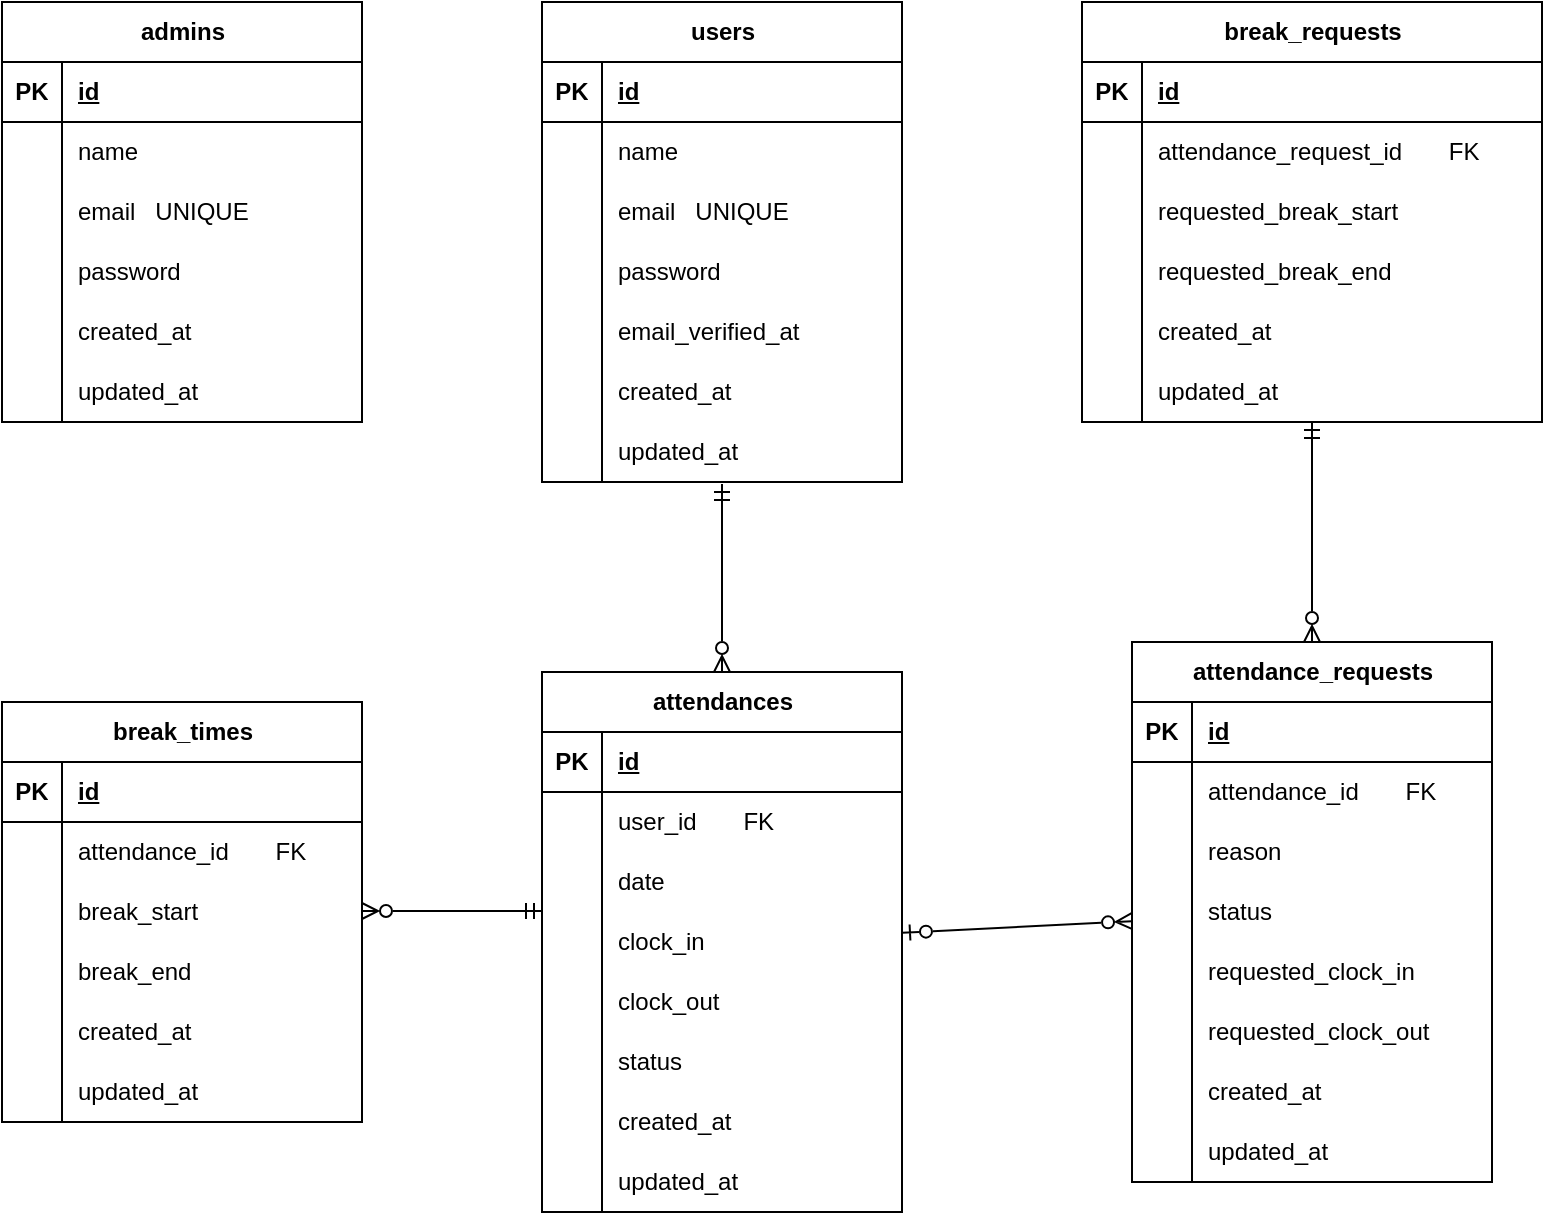
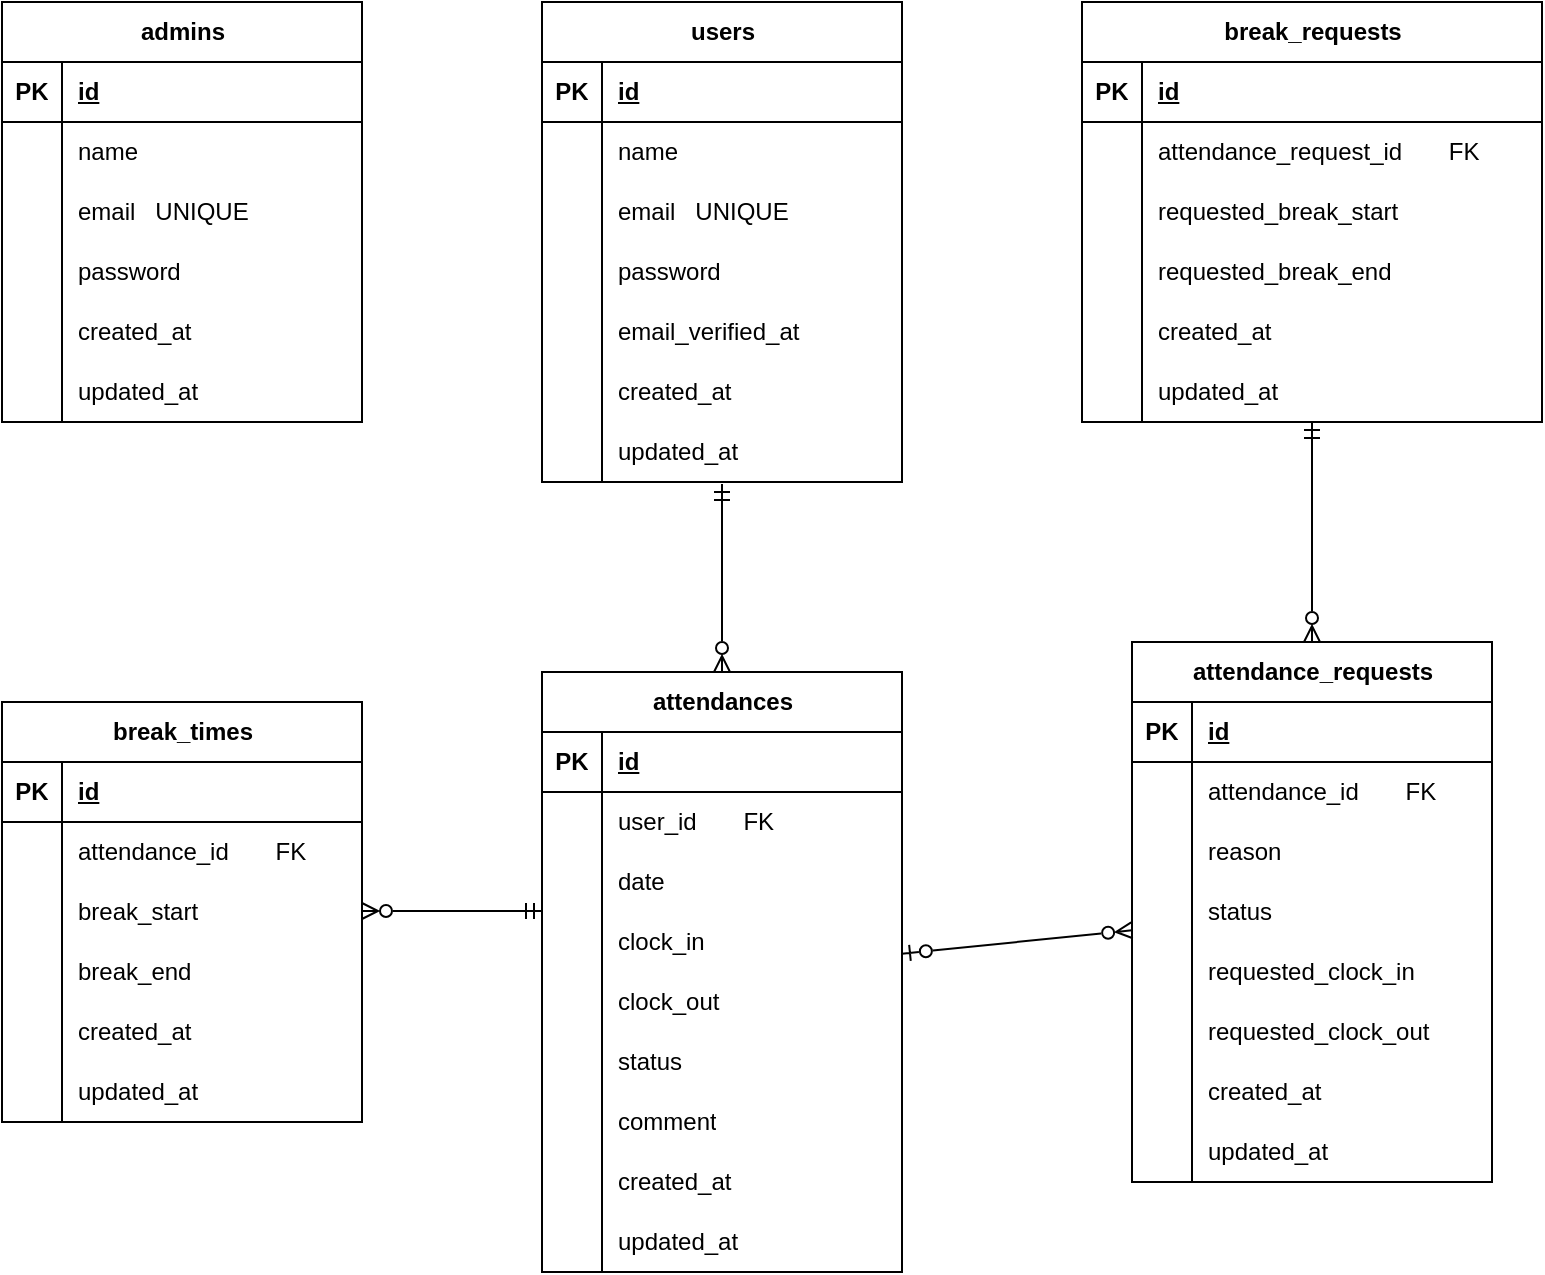
<mxfile host="65bd71144e">
    <diagram id="FCkMkoiWITbanCBnErXN" name="ページ1">
-         <mxGraphModel dx="490" dy="538" grid="1" gridSize="10" guides="1" tooltips="1" connect="1" arrows="1" fold="1" page="1" pageScale="1" pageWidth="827" pageHeight="1169" math="0" shadow="0">
+         <mxGraphModel dx="634" dy="539" grid="1" gridSize="10" guides="1" tooltips="1" connect="1" arrows="1" fold="1" page="1" pageScale="1" pageWidth="827" pageHeight="1169" math="0" shadow="0">
            <root>
                <mxCell id="0"/>
                <mxCell id="1" parent="0"/>
                <mxCell id="2" value="users" style="shape=table;startSize=30;container=1;collapsible=1;childLayout=tableLayout;fixedRows=1;rowLines=0;fontStyle=1;align=center;resizeLast=1;html=1;" parent="1" vertex="1">
                    <mxGeometry x="310" y="40" width="180" height="240" as="geometry"/>
                </mxCell>
                <mxCell id="3" value="" style="shape=tableRow;horizontal=0;startSize=0;swimlaneHead=0;swimlaneBody=0;fillColor=none;collapsible=0;dropTarget=0;points=[[0,0.5],[1,0.5]];portConstraint=eastwest;top=0;left=0;right=0;bottom=1;" parent="2" vertex="1">
                    <mxGeometry y="30" width="180" height="30" as="geometry"/>
                </mxCell>
                <mxCell id="4" value="PK" style="shape=partialRectangle;connectable=0;fillColor=none;top=0;left=0;bottom=0;right=0;fontStyle=1;overflow=hidden;whiteSpace=wrap;html=1;" parent="3" vertex="1">
                    <mxGeometry width="30" height="30" as="geometry">
                        <mxRectangle width="30" height="30" as="alternateBounds"/>
                    </mxGeometry>
                </mxCell>
                <mxCell id="5" value="id" style="shape=partialRectangle;connectable=0;fillColor=none;top=0;left=0;bottom=0;right=0;align=left;spacingLeft=6;fontStyle=5;overflow=hidden;whiteSpace=wrap;html=1;" parent="3" vertex="1">
                    <mxGeometry x="30" width="150" height="30" as="geometry">
                        <mxRectangle width="150" height="30" as="alternateBounds"/>
                    </mxGeometry>
                </mxCell>
                <mxCell id="6" value="" style="shape=tableRow;horizontal=0;startSize=0;swimlaneHead=0;swimlaneBody=0;fillColor=none;collapsible=0;dropTarget=0;points=[[0,0.5],[1,0.5]];portConstraint=eastwest;top=0;left=0;right=0;bottom=0;" parent="2" vertex="1">
                    <mxGeometry y="60" width="180" height="30" as="geometry"/>
                </mxCell>
                <mxCell id="7" value="" style="shape=partialRectangle;connectable=0;fillColor=none;top=0;left=0;bottom=0;right=0;editable=1;overflow=hidden;whiteSpace=wrap;html=1;" parent="6" vertex="1">
                    <mxGeometry width="30" height="30" as="geometry">
                        <mxRectangle width="30" height="30" as="alternateBounds"/>
                    </mxGeometry>
                </mxCell>
                <mxCell id="8" value="name" style="shape=partialRectangle;connectable=0;fillColor=none;top=0;left=0;bottom=0;right=0;align=left;spacingLeft=6;overflow=hidden;whiteSpace=wrap;html=1;" parent="6" vertex="1">
                    <mxGeometry x="30" width="150" height="30" as="geometry">
                        <mxRectangle width="150" height="30" as="alternateBounds"/>
                    </mxGeometry>
                </mxCell>
                <mxCell id="9" value="" style="shape=tableRow;horizontal=0;startSize=0;swimlaneHead=0;swimlaneBody=0;fillColor=none;collapsible=0;dropTarget=0;points=[[0,0.5],[1,0.5]];portConstraint=eastwest;top=0;left=0;right=0;bottom=0;" parent="2" vertex="1">
                    <mxGeometry y="90" width="180" height="30" as="geometry"/>
                </mxCell>
                <mxCell id="10" value="" style="shape=partialRectangle;connectable=0;fillColor=none;top=0;left=0;bottom=0;right=0;editable=1;overflow=hidden;whiteSpace=wrap;html=1;" parent="9" vertex="1">
                    <mxGeometry width="30" height="30" as="geometry">
                        <mxRectangle width="30" height="30" as="alternateBounds"/>
                    </mxGeometry>
                </mxCell>
                <mxCell id="11" value="email&amp;nbsp; &amp;nbsp;UNIQUE" style="shape=partialRectangle;connectable=0;fillColor=none;top=0;left=0;bottom=0;right=0;align=left;spacingLeft=6;overflow=hidden;whiteSpace=wrap;html=1;" parent="9" vertex="1">
                    <mxGeometry x="30" width="150" height="30" as="geometry">
                        <mxRectangle width="150" height="30" as="alternateBounds"/>
                    </mxGeometry>
                </mxCell>
                <mxCell id="12" value="" style="shape=tableRow;horizontal=0;startSize=0;swimlaneHead=0;swimlaneBody=0;fillColor=none;collapsible=0;dropTarget=0;points=[[0,0.5],[1,0.5]];portConstraint=eastwest;top=0;left=0;right=0;bottom=0;" parent="2" vertex="1">
                    <mxGeometry y="120" width="180" height="30" as="geometry"/>
                </mxCell>
                <mxCell id="13" value="" style="shape=partialRectangle;connectable=0;fillColor=none;top=0;left=0;bottom=0;right=0;editable=1;overflow=hidden;whiteSpace=wrap;html=1;" parent="12" vertex="1">
                    <mxGeometry width="30" height="30" as="geometry">
                        <mxRectangle width="30" height="30" as="alternateBounds"/>
                    </mxGeometry>
                </mxCell>
                <mxCell id="14" value="password" style="shape=partialRectangle;connectable=0;fillColor=none;top=0;left=0;bottom=0;right=0;align=left;spacingLeft=6;overflow=hidden;whiteSpace=wrap;html=1;" parent="12" vertex="1">
                    <mxGeometry x="30" width="150" height="30" as="geometry">
                        <mxRectangle width="150" height="30" as="alternateBounds"/>
                    </mxGeometry>
                </mxCell>
                <mxCell id="15" value="" style="shape=tableRow;horizontal=0;startSize=0;swimlaneHead=0;swimlaneBody=0;fillColor=none;collapsible=0;dropTarget=0;points=[[0,0.5],[1,0.5]];portConstraint=eastwest;top=0;left=0;right=0;bottom=0;" parent="2" vertex="1">
                    <mxGeometry y="150" width="180" height="30" as="geometry"/>
                </mxCell>
                <mxCell id="16" value="" style="shape=partialRectangle;connectable=0;fillColor=none;top=0;left=0;bottom=0;right=0;editable=1;overflow=hidden;whiteSpace=wrap;html=1;" parent="15" vertex="1">
                    <mxGeometry width="30" height="30" as="geometry">
                        <mxRectangle width="30" height="30" as="alternateBounds"/>
                    </mxGeometry>
                </mxCell>
                <mxCell id="17" value="email_verified_at" style="shape=partialRectangle;connectable=0;fillColor=none;top=0;left=0;bottom=0;right=0;align=left;spacingLeft=6;overflow=hidden;whiteSpace=wrap;html=1;" parent="15" vertex="1">
                    <mxGeometry x="30" width="150" height="30" as="geometry">
                        <mxRectangle width="150" height="30" as="alternateBounds"/>
                    </mxGeometry>
                </mxCell>
                <mxCell id="18" value="" style="shape=tableRow;horizontal=0;startSize=0;swimlaneHead=0;swimlaneBody=0;fillColor=none;collapsible=0;dropTarget=0;points=[[0,0.5],[1,0.5]];portConstraint=eastwest;top=0;left=0;right=0;bottom=0;" parent="2" vertex="1">
                    <mxGeometry y="180" width="180" height="30" as="geometry"/>
                </mxCell>
                <mxCell id="19" value="" style="shape=partialRectangle;connectable=0;fillColor=none;top=0;left=0;bottom=0;right=0;editable=1;overflow=hidden;whiteSpace=wrap;html=1;" parent="18" vertex="1">
                    <mxGeometry width="30" height="30" as="geometry">
                        <mxRectangle width="30" height="30" as="alternateBounds"/>
                    </mxGeometry>
                </mxCell>
                <mxCell id="20" value="created_at" style="shape=partialRectangle;connectable=0;fillColor=none;top=0;left=0;bottom=0;right=0;align=left;spacingLeft=6;overflow=hidden;whiteSpace=wrap;html=1;" parent="18" vertex="1">
                    <mxGeometry x="30" width="150" height="30" as="geometry">
                        <mxRectangle width="150" height="30" as="alternateBounds"/>
                    </mxGeometry>
                </mxCell>
                <mxCell id="21" value="" style="shape=tableRow;horizontal=0;startSize=0;swimlaneHead=0;swimlaneBody=0;fillColor=none;collapsible=0;dropTarget=0;points=[[0,0.5],[1,0.5]];portConstraint=eastwest;top=0;left=0;right=0;bottom=0;" parent="2" vertex="1">
                    <mxGeometry y="210" width="180" height="30" as="geometry"/>
                </mxCell>
                <mxCell id="22" value="" style="shape=partialRectangle;connectable=0;fillColor=none;top=0;left=0;bottom=0;right=0;editable=1;overflow=hidden;whiteSpace=wrap;html=1;" parent="21" vertex="1">
                    <mxGeometry width="30" height="30" as="geometry">
                        <mxRectangle width="30" height="30" as="alternateBounds"/>
                    </mxGeometry>
                </mxCell>
                <mxCell id="23" value="updated_at" style="shape=partialRectangle;connectable=0;fillColor=none;top=0;left=0;bottom=0;right=0;align=left;spacingLeft=6;overflow=hidden;whiteSpace=wrap;html=1;" parent="21" vertex="1">
                    <mxGeometry x="30" width="150" height="30" as="geometry">
                        <mxRectangle width="150" height="30" as="alternateBounds"/>
                    </mxGeometry>
                </mxCell>
                <mxCell id="24" value="admins" style="shape=table;startSize=30;container=1;collapsible=1;childLayout=tableLayout;fixedRows=1;rowLines=0;fontStyle=1;align=center;resizeLast=1;html=1;" parent="1" vertex="1">
                    <mxGeometry x="40" y="40" width="180" height="210" as="geometry"/>
                </mxCell>
                <mxCell id="25" value="" style="shape=tableRow;horizontal=0;startSize=0;swimlaneHead=0;swimlaneBody=0;fillColor=none;collapsible=0;dropTarget=0;points=[[0,0.5],[1,0.5]];portConstraint=eastwest;top=0;left=0;right=0;bottom=1;" parent="24" vertex="1">
                    <mxGeometry y="30" width="180" height="30" as="geometry"/>
                </mxCell>
                <mxCell id="26" value="PK" style="shape=partialRectangle;connectable=0;fillColor=none;top=0;left=0;bottom=0;right=0;fontStyle=1;overflow=hidden;whiteSpace=wrap;html=1;" parent="25" vertex="1">
                    <mxGeometry width="30" height="30" as="geometry">
                        <mxRectangle width="30" height="30" as="alternateBounds"/>
                    </mxGeometry>
                </mxCell>
                <mxCell id="27" value="id" style="shape=partialRectangle;connectable=0;fillColor=none;top=0;left=0;bottom=0;right=0;align=left;spacingLeft=6;fontStyle=5;overflow=hidden;whiteSpace=wrap;html=1;" parent="25" vertex="1">
                    <mxGeometry x="30" width="150" height="30" as="geometry">
                        <mxRectangle width="150" height="30" as="alternateBounds"/>
                    </mxGeometry>
                </mxCell>
                <mxCell id="28" value="" style="shape=tableRow;horizontal=0;startSize=0;swimlaneHead=0;swimlaneBody=0;fillColor=none;collapsible=0;dropTarget=0;points=[[0,0.5],[1,0.5]];portConstraint=eastwest;top=0;left=0;right=0;bottom=0;" parent="24" vertex="1">
                    <mxGeometry y="60" width="180" height="30" as="geometry"/>
                </mxCell>
                <mxCell id="29" value="" style="shape=partialRectangle;connectable=0;fillColor=none;top=0;left=0;bottom=0;right=0;editable=1;overflow=hidden;whiteSpace=wrap;html=1;" parent="28" vertex="1">
                    <mxGeometry width="30" height="30" as="geometry">
                        <mxRectangle width="30" height="30" as="alternateBounds"/>
                    </mxGeometry>
                </mxCell>
                <mxCell id="30" value="name" style="shape=partialRectangle;connectable=0;fillColor=none;top=0;left=0;bottom=0;right=0;align=left;spacingLeft=6;overflow=hidden;whiteSpace=wrap;html=1;" parent="28" vertex="1">
                    <mxGeometry x="30" width="150" height="30" as="geometry">
                        <mxRectangle width="150" height="30" as="alternateBounds"/>
                    </mxGeometry>
                </mxCell>
                <mxCell id="31" value="" style="shape=tableRow;horizontal=0;startSize=0;swimlaneHead=0;swimlaneBody=0;fillColor=none;collapsible=0;dropTarget=0;points=[[0,0.5],[1,0.5]];portConstraint=eastwest;top=0;left=0;right=0;bottom=0;" parent="24" vertex="1">
                    <mxGeometry y="90" width="180" height="30" as="geometry"/>
                </mxCell>
                <mxCell id="32" value="" style="shape=partialRectangle;connectable=0;fillColor=none;top=0;left=0;bottom=0;right=0;editable=1;overflow=hidden;whiteSpace=wrap;html=1;" parent="31" vertex="1">
                    <mxGeometry width="30" height="30" as="geometry">
                        <mxRectangle width="30" height="30" as="alternateBounds"/>
                    </mxGeometry>
                </mxCell>
                <mxCell id="33" value="email&amp;nbsp; &amp;nbsp;UNIQUE" style="shape=partialRectangle;connectable=0;fillColor=none;top=0;left=0;bottom=0;right=0;align=left;spacingLeft=6;overflow=hidden;whiteSpace=wrap;html=1;" parent="31" vertex="1">
                    <mxGeometry x="30" width="150" height="30" as="geometry">
                        <mxRectangle width="150" height="30" as="alternateBounds"/>
                    </mxGeometry>
                </mxCell>
                <mxCell id="34" value="" style="shape=tableRow;horizontal=0;startSize=0;swimlaneHead=0;swimlaneBody=0;fillColor=none;collapsible=0;dropTarget=0;points=[[0,0.5],[1,0.5]];portConstraint=eastwest;top=0;left=0;right=0;bottom=0;" parent="24" vertex="1">
                    <mxGeometry y="120" width="180" height="30" as="geometry"/>
                </mxCell>
                <mxCell id="35" value="" style="shape=partialRectangle;connectable=0;fillColor=none;top=0;left=0;bottom=0;right=0;editable=1;overflow=hidden;whiteSpace=wrap;html=1;" parent="34" vertex="1">
                    <mxGeometry width="30" height="30" as="geometry">
                        <mxRectangle width="30" height="30" as="alternateBounds"/>
                    </mxGeometry>
                </mxCell>
                <mxCell id="36" value="password" style="shape=partialRectangle;connectable=0;fillColor=none;top=0;left=0;bottom=0;right=0;align=left;spacingLeft=6;overflow=hidden;whiteSpace=wrap;html=1;" parent="34" vertex="1">
                    <mxGeometry x="30" width="150" height="30" as="geometry">
                        <mxRectangle width="150" height="30" as="alternateBounds"/>
                    </mxGeometry>
                </mxCell>
                <mxCell id="40" value="" style="shape=tableRow;horizontal=0;startSize=0;swimlaneHead=0;swimlaneBody=0;fillColor=none;collapsible=0;dropTarget=0;points=[[0,0.5],[1,0.5]];portConstraint=eastwest;top=0;left=0;right=0;bottom=0;" parent="24" vertex="1">
                    <mxGeometry y="150" width="180" height="30" as="geometry"/>
                </mxCell>
                <mxCell id="41" value="" style="shape=partialRectangle;connectable=0;fillColor=none;top=0;left=0;bottom=0;right=0;editable=1;overflow=hidden;whiteSpace=wrap;html=1;" parent="40" vertex="1">
                    <mxGeometry width="30" height="30" as="geometry">
                        <mxRectangle width="30" height="30" as="alternateBounds"/>
                    </mxGeometry>
                </mxCell>
                <mxCell id="42" value="created_at" style="shape=partialRectangle;connectable=0;fillColor=none;top=0;left=0;bottom=0;right=0;align=left;spacingLeft=6;overflow=hidden;whiteSpace=wrap;html=1;" parent="40" vertex="1">
                    <mxGeometry x="30" width="150" height="30" as="geometry">
                        <mxRectangle width="150" height="30" as="alternateBounds"/>
                    </mxGeometry>
                </mxCell>
                <mxCell id="43" value="" style="shape=tableRow;horizontal=0;startSize=0;swimlaneHead=0;swimlaneBody=0;fillColor=none;collapsible=0;dropTarget=0;points=[[0,0.5],[1,0.5]];portConstraint=eastwest;top=0;left=0;right=0;bottom=0;" parent="24" vertex="1">
                    <mxGeometry y="180" width="180" height="30" as="geometry"/>
                </mxCell>
                <mxCell id="44" value="" style="shape=partialRectangle;connectable=0;fillColor=none;top=0;left=0;bottom=0;right=0;editable=1;overflow=hidden;whiteSpace=wrap;html=1;" parent="43" vertex="1">
                    <mxGeometry width="30" height="30" as="geometry">
                        <mxRectangle width="30" height="30" as="alternateBounds"/>
                    </mxGeometry>
                </mxCell>
                <mxCell id="45" value="updated_at" style="shape=partialRectangle;connectable=0;fillColor=none;top=0;left=0;bottom=0;right=0;align=left;spacingLeft=6;overflow=hidden;whiteSpace=wrap;html=1;" parent="43" vertex="1">
                    <mxGeometry x="30" width="150" height="30" as="geometry">
                        <mxRectangle width="150" height="30" as="alternateBounds"/>
                    </mxGeometry>
                </mxCell>
                <mxCell id="48" value="attendances" style="shape=table;startSize=30;container=1;collapsible=1;childLayout=tableLayout;fixedRows=1;rowLines=0;fontStyle=1;align=center;resizeLast=1;html=1;" parent="1" vertex="1">
-                     <mxGeometry x="310" y="375" width="180" height="270" as="geometry"/>
+                     <mxGeometry x="310" y="375" width="180" height="300" as="geometry"/>
                </mxCell>
                <mxCell id="49" value="" style="shape=tableRow;horizontal=0;startSize=0;swimlaneHead=0;swimlaneBody=0;fillColor=none;collapsible=0;dropTarget=0;points=[[0,0.5],[1,0.5]];portConstraint=eastwest;top=0;left=0;right=0;bottom=1;" parent="48" vertex="1">
                    <mxGeometry y="30" width="180" height="30" as="geometry"/>
                </mxCell>
                <mxCell id="50" value="PK" style="shape=partialRectangle;connectable=0;fillColor=none;top=0;left=0;bottom=0;right=0;fontStyle=1;overflow=hidden;whiteSpace=wrap;html=1;" parent="49" vertex="1">
                    <mxGeometry width="30" height="30" as="geometry">
                        <mxRectangle width="30" height="30" as="alternateBounds"/>
                    </mxGeometry>
                </mxCell>
                <mxCell id="51" value="id" style="shape=partialRectangle;connectable=0;fillColor=none;top=0;left=0;bottom=0;right=0;align=left;spacingLeft=6;fontStyle=5;overflow=hidden;whiteSpace=wrap;html=1;" parent="49" vertex="1">
                    <mxGeometry x="30" width="150" height="30" as="geometry">
                        <mxRectangle width="150" height="30" as="alternateBounds"/>
                    </mxGeometry>
                </mxCell>
                <mxCell id="52" value="" style="shape=tableRow;horizontal=0;startSize=0;swimlaneHead=0;swimlaneBody=0;fillColor=none;collapsible=0;dropTarget=0;points=[[0,0.5],[1,0.5]];portConstraint=eastwest;top=0;left=0;right=0;bottom=0;" parent="48" vertex="1">
                    <mxGeometry y="60" width="180" height="30" as="geometry"/>
                </mxCell>
                <mxCell id="53" value="" style="shape=partialRectangle;connectable=0;fillColor=none;top=0;left=0;bottom=0;right=0;editable=1;overflow=hidden;whiteSpace=wrap;html=1;" parent="52" vertex="1">
                    <mxGeometry width="30" height="30" as="geometry">
                        <mxRectangle width="30" height="30" as="alternateBounds"/>
                    </mxGeometry>
                </mxCell>
                <mxCell id="54" value="user_id&amp;nbsp; &amp;nbsp; &amp;nbsp; &amp;nbsp;FK&amp;nbsp; &amp;nbsp;&amp;nbsp;" style="shape=partialRectangle;connectable=0;fillColor=none;top=0;left=0;bottom=0;right=0;align=left;spacingLeft=6;overflow=hidden;whiteSpace=wrap;html=1;" parent="52" vertex="1">
                    <mxGeometry x="30" width="150" height="30" as="geometry">
                        <mxRectangle width="150" height="30" as="alternateBounds"/>
                    </mxGeometry>
                </mxCell>
                <mxCell id="55" value="" style="shape=tableRow;horizontal=0;startSize=0;swimlaneHead=0;swimlaneBody=0;fillColor=none;collapsible=0;dropTarget=0;points=[[0,0.5],[1,0.5]];portConstraint=eastwest;top=0;left=0;right=0;bottom=0;" parent="48" vertex="1">
                    <mxGeometry y="90" width="180" height="30" as="geometry"/>
                </mxCell>
                <mxCell id="56" value="" style="shape=partialRectangle;connectable=0;fillColor=none;top=0;left=0;bottom=0;right=0;editable=1;overflow=hidden;whiteSpace=wrap;html=1;" parent="55" vertex="1">
                    <mxGeometry width="30" height="30" as="geometry">
                        <mxRectangle width="30" height="30" as="alternateBounds"/>
                    </mxGeometry>
                </mxCell>
                <mxCell id="57" value="date" style="shape=partialRectangle;connectable=0;fillColor=none;top=0;left=0;bottom=0;right=0;align=left;spacingLeft=6;overflow=hidden;whiteSpace=wrap;html=1;" parent="55" vertex="1">
                    <mxGeometry x="30" width="150" height="30" as="geometry">
                        <mxRectangle width="150" height="30" as="alternateBounds"/>
                    </mxGeometry>
                </mxCell>
                <mxCell id="58" value="" style="shape=tableRow;horizontal=0;startSize=0;swimlaneHead=0;swimlaneBody=0;fillColor=none;collapsible=0;dropTarget=0;points=[[0,0.5],[1,0.5]];portConstraint=eastwest;top=0;left=0;right=0;bottom=0;" parent="48" vertex="1">
                    <mxGeometry y="120" width="180" height="30" as="geometry"/>
                </mxCell>
                <mxCell id="59" value="" style="shape=partialRectangle;connectable=0;fillColor=none;top=0;left=0;bottom=0;right=0;editable=1;overflow=hidden;whiteSpace=wrap;html=1;" parent="58" vertex="1">
                    <mxGeometry width="30" height="30" as="geometry">
                        <mxRectangle width="30" height="30" as="alternateBounds"/>
                    </mxGeometry>
                </mxCell>
                <mxCell id="60" value="clock_in" style="shape=partialRectangle;connectable=0;fillColor=none;top=0;left=0;bottom=0;right=0;align=left;spacingLeft=6;overflow=hidden;whiteSpace=wrap;html=1;" parent="58" vertex="1">
                    <mxGeometry x="30" width="150" height="30" as="geometry">
                        <mxRectangle width="150" height="30" as="alternateBounds"/>
                    </mxGeometry>
                </mxCell>
                <mxCell id="61" value="" style="shape=tableRow;horizontal=0;startSize=0;swimlaneHead=0;swimlaneBody=0;fillColor=none;collapsible=0;dropTarget=0;points=[[0,0.5],[1,0.5]];portConstraint=eastwest;top=0;left=0;right=0;bottom=0;" parent="48" vertex="1">
                    <mxGeometry y="150" width="180" height="30" as="geometry"/>
                </mxCell>
                <mxCell id="62" value="" style="shape=partialRectangle;connectable=0;fillColor=none;top=0;left=0;bottom=0;right=0;editable=1;overflow=hidden;whiteSpace=wrap;html=1;" parent="61" vertex="1">
                    <mxGeometry width="30" height="30" as="geometry">
                        <mxRectangle width="30" height="30" as="alternateBounds"/>
                    </mxGeometry>
                </mxCell>
                <mxCell id="63" value="clock_out" style="shape=partialRectangle;connectable=0;fillColor=none;top=0;left=0;bottom=0;right=0;align=left;spacingLeft=6;overflow=hidden;whiteSpace=wrap;html=1;" parent="61" vertex="1">
                    <mxGeometry x="30" width="150" height="30" as="geometry">
                        <mxRectangle width="150" height="30" as="alternateBounds"/>
                    </mxGeometry>
                </mxCell>
                <mxCell id="160" style="shape=tableRow;horizontal=0;startSize=0;swimlaneHead=0;swimlaneBody=0;fillColor=none;collapsible=0;dropTarget=0;points=[[0,0.5],[1,0.5]];portConstraint=eastwest;top=0;left=0;right=0;bottom=0;" parent="48" vertex="1">
                    <mxGeometry y="180" width="180" height="30" as="geometry"/>
                </mxCell>
                <mxCell id="161" style="shape=partialRectangle;connectable=0;fillColor=none;top=0;left=0;bottom=0;right=0;editable=1;overflow=hidden;whiteSpace=wrap;html=1;" parent="160" vertex="1">
                    <mxGeometry width="30" height="30" as="geometry">
                        <mxRectangle width="30" height="30" as="alternateBounds"/>
                    </mxGeometry>
                </mxCell>
                <mxCell id="162" value="status" style="shape=partialRectangle;connectable=0;fillColor=none;top=0;left=0;bottom=0;right=0;align=left;spacingLeft=6;overflow=hidden;whiteSpace=wrap;html=1;" parent="160" vertex="1">
                    <mxGeometry x="30" width="150" height="30" as="geometry">
                        <mxRectangle width="150" height="30" as="alternateBounds"/>
                    </mxGeometry>
                </mxCell>
+                 <mxCell id="188" style="shape=tableRow;horizontal=0;startSize=0;swimlaneHead=0;swimlaneBody=0;fillColor=none;collapsible=0;dropTarget=0;points=[[0,0.5],[1,0.5]];portConstraint=eastwest;top=0;left=0;right=0;bottom=0;" vertex="1" parent="48">
+                     <mxGeometry y="210" width="180" height="30" as="geometry"/>
+                 </mxCell>
+                 <mxCell id="189" style="shape=partialRectangle;connectable=0;fillColor=none;top=0;left=0;bottom=0;right=0;editable=1;overflow=hidden;whiteSpace=wrap;html=1;" vertex="1" parent="188">
+                     <mxGeometry width="30" height="30" as="geometry">
+                         <mxRectangle width="30" height="30" as="alternateBounds"/>
+                     </mxGeometry>
+                 </mxCell>
+                 <mxCell id="190" value="comment" style="shape=partialRectangle;connectable=0;fillColor=none;top=0;left=0;bottom=0;right=0;align=left;spacingLeft=6;overflow=hidden;whiteSpace=wrap;html=1;" vertex="1" parent="188">
+                     <mxGeometry x="30" width="150" height="30" as="geometry">
+                         <mxRectangle width="150" height="30" as="alternateBounds"/>
+                     </mxGeometry>
+                 </mxCell>
                <mxCell id="64" value="" style="shape=tableRow;horizontal=0;startSize=0;swimlaneHead=0;swimlaneBody=0;fillColor=none;collapsible=0;dropTarget=0;points=[[0,0.5],[1,0.5]];portConstraint=eastwest;top=0;left=0;right=0;bottom=0;" parent="48" vertex="1">
-                     <mxGeometry y="210" width="180" height="30" as="geometry"/>
+                     <mxGeometry y="240" width="180" height="30" as="geometry"/>
                </mxCell>
                <mxCell id="65" value="" style="shape=partialRectangle;connectable=0;fillColor=none;top=0;left=0;bottom=0;right=0;editable=1;overflow=hidden;whiteSpace=wrap;html=1;" parent="64" vertex="1">
                    <mxGeometry width="30" height="30" as="geometry">
                        <mxRectangle width="30" height="30" as="alternateBounds"/>
                    </mxGeometry>
                </mxCell>
                <mxCell id="66" value="created_at" style="shape=partialRectangle;connectable=0;fillColor=none;top=0;left=0;bottom=0;right=0;align=left;spacingLeft=6;overflow=hidden;whiteSpace=wrap;html=1;" parent="64" vertex="1">
                    <mxGeometry x="30" width="150" height="30" as="geometry">
                        <mxRectangle width="150" height="30" as="alternateBounds"/>
                    </mxGeometry>
                </mxCell>
                <mxCell id="67" value="" style="shape=tableRow;horizontal=0;startSize=0;swimlaneHead=0;swimlaneBody=0;fillColor=none;collapsible=0;dropTarget=0;points=[[0,0.5],[1,0.5]];portConstraint=eastwest;top=0;left=0;right=0;bottom=0;" parent="48" vertex="1">
-                     <mxGeometry y="240" width="180" height="30" as="geometry"/>
+                     <mxGeometry y="270" width="180" height="30" as="geometry"/>
                </mxCell>
                <mxCell id="68" value="" style="shape=partialRectangle;connectable=0;fillColor=none;top=0;left=0;bottom=0;right=0;editable=1;overflow=hidden;whiteSpace=wrap;html=1;" parent="67" vertex="1">
                    <mxGeometry width="30" height="30" as="geometry">
                        <mxRectangle width="30" height="30" as="alternateBounds"/>
                    </mxGeometry>
                </mxCell>
                <mxCell id="69" value="updated_at" style="shape=partialRectangle;connectable=0;fillColor=none;top=0;left=0;bottom=0;right=0;align=left;spacingLeft=6;overflow=hidden;whiteSpace=wrap;html=1;" parent="67" vertex="1">
                    <mxGeometry x="30" width="150" height="30" as="geometry">
                        <mxRectangle width="150" height="30" as="alternateBounds"/>
                    </mxGeometry>
                </mxCell>
                <mxCell id="70" value="break_times" style="shape=table;startSize=30;container=1;collapsible=1;childLayout=tableLayout;fixedRows=1;rowLines=0;fontStyle=1;align=center;resizeLast=1;html=1;" parent="1" vertex="1">
                    <mxGeometry x="40" y="390" width="180" height="210" as="geometry"/>
                </mxCell>
                <mxCell id="71" value="" style="shape=tableRow;horizontal=0;startSize=0;swimlaneHead=0;swimlaneBody=0;fillColor=none;collapsible=0;dropTarget=0;points=[[0,0.5],[1,0.5]];portConstraint=eastwest;top=0;left=0;right=0;bottom=1;" parent="70" vertex="1">
                    <mxGeometry y="30" width="180" height="30" as="geometry"/>
                </mxCell>
                <mxCell id="72" value="PK" style="shape=partialRectangle;connectable=0;fillColor=none;top=0;left=0;bottom=0;right=0;fontStyle=1;overflow=hidden;whiteSpace=wrap;html=1;" parent="71" vertex="1">
                    <mxGeometry width="30" height="30" as="geometry">
                        <mxRectangle width="30" height="30" as="alternateBounds"/>
                    </mxGeometry>
                </mxCell>
                <mxCell id="73" value="id" style="shape=partialRectangle;connectable=0;fillColor=none;top=0;left=0;bottom=0;right=0;align=left;spacingLeft=6;fontStyle=5;overflow=hidden;whiteSpace=wrap;html=1;" parent="71" vertex="1">
                    <mxGeometry x="30" width="150" height="30" as="geometry">
                        <mxRectangle width="150" height="30" as="alternateBounds"/>
                    </mxGeometry>
                </mxCell>
                <mxCell id="74" value="" style="shape=tableRow;horizontal=0;startSize=0;swimlaneHead=0;swimlaneBody=0;fillColor=none;collapsible=0;dropTarget=0;points=[[0,0.5],[1,0.5]];portConstraint=eastwest;top=0;left=0;right=0;bottom=0;" parent="70" vertex="1">
                    <mxGeometry y="60" width="180" height="30" as="geometry"/>
                </mxCell>
                <mxCell id="75" value="" style="shape=partialRectangle;connectable=0;fillColor=none;top=0;left=0;bottom=0;right=0;editable=1;overflow=hidden;whiteSpace=wrap;html=1;" parent="74" vertex="1">
                    <mxGeometry width="30" height="30" as="geometry">
                        <mxRectangle width="30" height="30" as="alternateBounds"/>
                    </mxGeometry>
                </mxCell>
                <mxCell id="76" value="attendance_id&amp;nbsp; &amp;nbsp; &amp;nbsp; &amp;nbsp;FK&amp;nbsp; &amp;nbsp;&amp;nbsp;" style="shape=partialRectangle;connectable=0;fillColor=none;top=0;left=0;bottom=0;right=0;align=left;spacingLeft=6;overflow=hidden;whiteSpace=wrap;html=1;" parent="74" vertex="1">
                    <mxGeometry x="30" width="150" height="30" as="geometry">
                        <mxRectangle width="150" height="30" as="alternateBounds"/>
                    </mxGeometry>
                </mxCell>
                <mxCell id="77" value="" style="shape=tableRow;horizontal=0;startSize=0;swimlaneHead=0;swimlaneBody=0;fillColor=none;collapsible=0;dropTarget=0;points=[[0,0.5],[1,0.5]];portConstraint=eastwest;top=0;left=0;right=0;bottom=0;" parent="70" vertex="1">
                    <mxGeometry y="90" width="180" height="30" as="geometry"/>
                </mxCell>
                <mxCell id="78" value="" style="shape=partialRectangle;connectable=0;fillColor=none;top=0;left=0;bottom=0;right=0;editable=1;overflow=hidden;whiteSpace=wrap;html=1;" parent="77" vertex="1">
                    <mxGeometry width="30" height="30" as="geometry">
                        <mxRectangle width="30" height="30" as="alternateBounds"/>
                    </mxGeometry>
                </mxCell>
                <mxCell id="79" value="break_start" style="shape=partialRectangle;connectable=0;fillColor=none;top=0;left=0;bottom=0;right=0;align=left;spacingLeft=6;overflow=hidden;whiteSpace=wrap;html=1;" parent="77" vertex="1">
                    <mxGeometry x="30" width="150" height="30" as="geometry">
                        <mxRectangle width="150" height="30" as="alternateBounds"/>
                    </mxGeometry>
                </mxCell>
                <mxCell id="80" value="" style="shape=tableRow;horizontal=0;startSize=0;swimlaneHead=0;swimlaneBody=0;fillColor=none;collapsible=0;dropTarget=0;points=[[0,0.5],[1,0.5]];portConstraint=eastwest;top=0;left=0;right=0;bottom=0;" parent="70" vertex="1">
                    <mxGeometry y="120" width="180" height="30" as="geometry"/>
                </mxCell>
                <mxCell id="81" value="" style="shape=partialRectangle;connectable=0;fillColor=none;top=0;left=0;bottom=0;right=0;editable=1;overflow=hidden;whiteSpace=wrap;html=1;" parent="80" vertex="1">
                    <mxGeometry width="30" height="30" as="geometry">
                        <mxRectangle width="30" height="30" as="alternateBounds"/>
                    </mxGeometry>
                </mxCell>
                <mxCell id="82" value="break_end" style="shape=partialRectangle;connectable=0;fillColor=none;top=0;left=0;bottom=0;right=0;align=left;spacingLeft=6;overflow=hidden;whiteSpace=wrap;html=1;" parent="80" vertex="1">
                    <mxGeometry x="30" width="150" height="30" as="geometry">
                        <mxRectangle width="150" height="30" as="alternateBounds"/>
                    </mxGeometry>
                </mxCell>
                <mxCell id="86" value="" style="shape=tableRow;horizontal=0;startSize=0;swimlaneHead=0;swimlaneBody=0;fillColor=none;collapsible=0;dropTarget=0;points=[[0,0.5],[1,0.5]];portConstraint=eastwest;top=0;left=0;right=0;bottom=0;" parent="70" vertex="1">
                    <mxGeometry y="150" width="180" height="30" as="geometry"/>
                </mxCell>
                <mxCell id="87" value="" style="shape=partialRectangle;connectable=0;fillColor=none;top=0;left=0;bottom=0;right=0;editable=1;overflow=hidden;whiteSpace=wrap;html=1;" parent="86" vertex="1">
                    <mxGeometry width="30" height="30" as="geometry">
                        <mxRectangle width="30" height="30" as="alternateBounds"/>
                    </mxGeometry>
                </mxCell>
                <mxCell id="88" value="created_at" style="shape=partialRectangle;connectable=0;fillColor=none;top=0;left=0;bottom=0;right=0;align=left;spacingLeft=6;overflow=hidden;whiteSpace=wrap;html=1;" parent="86" vertex="1">
                    <mxGeometry x="30" width="150" height="30" as="geometry">
                        <mxRectangle width="150" height="30" as="alternateBounds"/>
                    </mxGeometry>
                </mxCell>
                <mxCell id="89" value="" style="shape=tableRow;horizontal=0;startSize=0;swimlaneHead=0;swimlaneBody=0;fillColor=none;collapsible=0;dropTarget=0;points=[[0,0.5],[1,0.5]];portConstraint=eastwest;top=0;left=0;right=0;bottom=0;" parent="70" vertex="1">
                    <mxGeometry y="180" width="180" height="30" as="geometry"/>
                </mxCell>
                <mxCell id="90" value="" style="shape=partialRectangle;connectable=0;fillColor=none;top=0;left=0;bottom=0;right=0;editable=1;overflow=hidden;whiteSpace=wrap;html=1;" parent="89" vertex="1">
                    <mxGeometry width="30" height="30" as="geometry">
                        <mxRectangle width="30" height="30" as="alternateBounds"/>
                    </mxGeometry>
                </mxCell>
                <mxCell id="91" value="updated_at" style="shape=partialRectangle;connectable=0;fillColor=none;top=0;left=0;bottom=0;right=0;align=left;spacingLeft=6;overflow=hidden;whiteSpace=wrap;html=1;" parent="89" vertex="1">
                    <mxGeometry x="30" width="150" height="30" as="geometry">
                        <mxRectangle width="150" height="30" as="alternateBounds"/>
                    </mxGeometry>
                </mxCell>
                <mxCell id="92" value="attendance_requests" style="shape=table;startSize=30;container=1;collapsible=1;childLayout=tableLayout;fixedRows=1;rowLines=0;fontStyle=1;align=center;resizeLast=1;html=1;" parent="1" vertex="1">
                    <mxGeometry x="605" y="360" width="180" height="270" as="geometry"/>
                </mxCell>
                <mxCell id="93" value="" style="shape=tableRow;horizontal=0;startSize=0;swimlaneHead=0;swimlaneBody=0;fillColor=none;collapsible=0;dropTarget=0;points=[[0,0.5],[1,0.5]];portConstraint=eastwest;top=0;left=0;right=0;bottom=1;" parent="92" vertex="1">
                    <mxGeometry y="30" width="180" height="30" as="geometry"/>
                </mxCell>
                <mxCell id="94" value="PK" style="shape=partialRectangle;connectable=0;fillColor=none;top=0;left=0;bottom=0;right=0;fontStyle=1;overflow=hidden;whiteSpace=wrap;html=1;" parent="93" vertex="1">
                    <mxGeometry width="30" height="30" as="geometry">
                        <mxRectangle width="30" height="30" as="alternateBounds"/>
                    </mxGeometry>
                </mxCell>
                <mxCell id="95" value="id" style="shape=partialRectangle;connectable=0;fillColor=none;top=0;left=0;bottom=0;right=0;align=left;spacingLeft=6;fontStyle=5;overflow=hidden;whiteSpace=wrap;html=1;" parent="93" vertex="1">
                    <mxGeometry x="30" width="150" height="30" as="geometry">
                        <mxRectangle width="150" height="30" as="alternateBounds"/>
                    </mxGeometry>
                </mxCell>
                <mxCell id="96" value="" style="shape=tableRow;horizontal=0;startSize=0;swimlaneHead=0;swimlaneBody=0;fillColor=none;collapsible=0;dropTarget=0;points=[[0,0.5],[1,0.5]];portConstraint=eastwest;top=0;left=0;right=0;bottom=0;" parent="92" vertex="1">
                    <mxGeometry y="60" width="180" height="30" as="geometry"/>
                </mxCell>
                <mxCell id="97" value="" style="shape=partialRectangle;connectable=0;fillColor=none;top=0;left=0;bottom=0;right=0;editable=1;overflow=hidden;whiteSpace=wrap;html=1;" parent="96" vertex="1">
                    <mxGeometry width="30" height="30" as="geometry">
                        <mxRectangle width="30" height="30" as="alternateBounds"/>
                    </mxGeometry>
                </mxCell>
                <mxCell id="98" value="attendance_id&amp;nbsp; &amp;nbsp; &amp;nbsp; &amp;nbsp;FK&amp;nbsp; &amp;nbsp;&amp;nbsp;" style="shape=partialRectangle;connectable=0;fillColor=none;top=0;left=0;bottom=0;right=0;align=left;spacingLeft=6;overflow=hidden;whiteSpace=wrap;html=1;" parent="96" vertex="1">
                    <mxGeometry x="30" width="150" height="30" as="geometry">
                        <mxRectangle width="150" height="30" as="alternateBounds"/>
                    </mxGeometry>
                </mxCell>
                <mxCell id="99" value="" style="shape=tableRow;horizontal=0;startSize=0;swimlaneHead=0;swimlaneBody=0;fillColor=none;collapsible=0;dropTarget=0;points=[[0,0.5],[1,0.5]];portConstraint=eastwest;top=0;left=0;right=0;bottom=0;" parent="92" vertex="1">
                    <mxGeometry y="90" width="180" height="30" as="geometry"/>
                </mxCell>
                <mxCell id="100" value="" style="shape=partialRectangle;connectable=0;fillColor=none;top=0;left=0;bottom=0;right=0;editable=1;overflow=hidden;whiteSpace=wrap;html=1;" parent="99" vertex="1">
                    <mxGeometry width="30" height="30" as="geometry">
                        <mxRectangle width="30" height="30" as="alternateBounds"/>
                    </mxGeometry>
                </mxCell>
                <mxCell id="101" value="reason" style="shape=partialRectangle;connectable=0;fillColor=none;top=0;left=0;bottom=0;right=0;align=left;spacingLeft=6;overflow=hidden;whiteSpace=wrap;html=1;" parent="99" vertex="1">
                    <mxGeometry x="30" width="150" height="30" as="geometry">
                        <mxRectangle width="150" height="30" as="alternateBounds"/>
                    </mxGeometry>
                </mxCell>
                <mxCell id="114" value="" style="shape=tableRow;horizontal=0;startSize=0;swimlaneHead=0;swimlaneBody=0;fillColor=none;collapsible=0;dropTarget=0;points=[[0,0.5],[1,0.5]];portConstraint=eastwest;top=0;left=0;right=0;bottom=0;" parent="92" vertex="1">
                    <mxGeometry y="120" width="180" height="30" as="geometry"/>
                </mxCell>
                <mxCell id="115" value="" style="shape=partialRectangle;connectable=0;fillColor=none;top=0;left=0;bottom=0;right=0;editable=1;overflow=hidden;whiteSpace=wrap;html=1;" parent="114" vertex="1">
                    <mxGeometry width="30" height="30" as="geometry">
                        <mxRectangle width="30" height="30" as="alternateBounds"/>
                    </mxGeometry>
                </mxCell>
                <mxCell id="116" value="status" style="shape=partialRectangle;connectable=0;fillColor=none;top=0;left=0;bottom=0;right=0;align=left;spacingLeft=6;overflow=hidden;whiteSpace=wrap;html=1;" parent="114" vertex="1">
                    <mxGeometry x="30" width="150" height="30" as="geometry">
                        <mxRectangle width="150" height="30" as="alternateBounds"/>
                    </mxGeometry>
                </mxCell>
                <mxCell id="102" value="" style="shape=tableRow;horizontal=0;startSize=0;swimlaneHead=0;swimlaneBody=0;fillColor=none;collapsible=0;dropTarget=0;points=[[0,0.5],[1,0.5]];portConstraint=eastwest;top=0;left=0;right=0;bottom=0;" parent="92" vertex="1">
                    <mxGeometry y="150" width="180" height="30" as="geometry"/>
                </mxCell>
                <mxCell id="103" value="" style="shape=partialRectangle;connectable=0;fillColor=none;top=0;left=0;bottom=0;right=0;editable=1;overflow=hidden;whiteSpace=wrap;html=1;" parent="102" vertex="1">
                    <mxGeometry width="30" height="30" as="geometry">
                        <mxRectangle width="30" height="30" as="alternateBounds"/>
                    </mxGeometry>
                </mxCell>
                <mxCell id="104" value="requested_clock_in" style="shape=partialRectangle;connectable=0;fillColor=none;top=0;left=0;bottom=0;right=0;align=left;spacingLeft=6;overflow=hidden;whiteSpace=wrap;html=1;" parent="102" vertex="1">
                    <mxGeometry x="30" width="150" height="30" as="geometry">
                        <mxRectangle width="150" height="30" as="alternateBounds"/>
                    </mxGeometry>
                </mxCell>
                <mxCell id="105" value="" style="shape=tableRow;horizontal=0;startSize=0;swimlaneHead=0;swimlaneBody=0;fillColor=none;collapsible=0;dropTarget=0;points=[[0,0.5],[1,0.5]];portConstraint=eastwest;top=0;left=0;right=0;bottom=0;" parent="92" vertex="1">
                    <mxGeometry y="180" width="180" height="30" as="geometry"/>
                </mxCell>
                <mxCell id="106" value="" style="shape=partialRectangle;connectable=0;fillColor=none;top=0;left=0;bottom=0;right=0;editable=1;overflow=hidden;whiteSpace=wrap;html=1;" parent="105" vertex="1">
                    <mxGeometry width="30" height="30" as="geometry">
                        <mxRectangle width="30" height="30" as="alternateBounds"/>
                    </mxGeometry>
                </mxCell>
                <mxCell id="107" value="requested_clock_out" style="shape=partialRectangle;connectable=0;fillColor=none;top=0;left=0;bottom=0;right=0;align=left;spacingLeft=6;overflow=hidden;whiteSpace=wrap;html=1;" parent="105" vertex="1">
                    <mxGeometry x="30" width="150" height="30" as="geometry">
                        <mxRectangle width="150" height="30" as="alternateBounds"/>
                    </mxGeometry>
                </mxCell>
                <mxCell id="108" value="" style="shape=tableRow;horizontal=0;startSize=0;swimlaneHead=0;swimlaneBody=0;fillColor=none;collapsible=0;dropTarget=0;points=[[0,0.5],[1,0.5]];portConstraint=eastwest;top=0;left=0;right=0;bottom=0;" parent="92" vertex="1">
                    <mxGeometry y="210" width="180" height="30" as="geometry"/>
                </mxCell>
                <mxCell id="109" value="" style="shape=partialRectangle;connectable=0;fillColor=none;top=0;left=0;bottom=0;right=0;editable=1;overflow=hidden;whiteSpace=wrap;html=1;" parent="108" vertex="1">
                    <mxGeometry width="30" height="30" as="geometry">
                        <mxRectangle width="30" height="30" as="alternateBounds"/>
                    </mxGeometry>
                </mxCell>
                <mxCell id="110" value="created_at" style="shape=partialRectangle;connectable=0;fillColor=none;top=0;left=0;bottom=0;right=0;align=left;spacingLeft=6;overflow=hidden;whiteSpace=wrap;html=1;" parent="108" vertex="1">
                    <mxGeometry x="30" width="150" height="30" as="geometry">
                        <mxRectangle width="150" height="30" as="alternateBounds"/>
                    </mxGeometry>
                </mxCell>
                <mxCell id="111" value="" style="shape=tableRow;horizontal=0;startSize=0;swimlaneHead=0;swimlaneBody=0;fillColor=none;collapsible=0;dropTarget=0;points=[[0,0.5],[1,0.5]];portConstraint=eastwest;top=0;left=0;right=0;bottom=0;" parent="92" vertex="1">
                    <mxGeometry y="240" width="180" height="30" as="geometry"/>
                </mxCell>
                <mxCell id="112" value="" style="shape=partialRectangle;connectable=0;fillColor=none;top=0;left=0;bottom=0;right=0;editable=1;overflow=hidden;whiteSpace=wrap;html=1;" parent="111" vertex="1">
                    <mxGeometry width="30" height="30" as="geometry">
                        <mxRectangle width="30" height="30" as="alternateBounds"/>
                    </mxGeometry>
                </mxCell>
                <mxCell id="113" value="updated_at" style="shape=partialRectangle;connectable=0;fillColor=none;top=0;left=0;bottom=0;right=0;align=left;spacingLeft=6;overflow=hidden;whiteSpace=wrap;html=1;" parent="111" vertex="1">
                    <mxGeometry x="30" width="150" height="30" as="geometry">
                        <mxRectangle width="150" height="30" as="alternateBounds"/>
                    </mxGeometry>
                </mxCell>
                <mxCell id="117" value="break_requests" style="shape=table;startSize=30;container=1;collapsible=1;childLayout=tableLayout;fixedRows=1;rowLines=0;fontStyle=1;align=center;resizeLast=1;html=1;" parent="1" vertex="1">
                    <mxGeometry x="580" y="40" width="230" height="210" as="geometry"/>
                </mxCell>
                <mxCell id="118" value="" style="shape=tableRow;horizontal=0;startSize=0;swimlaneHead=0;swimlaneBody=0;fillColor=none;collapsible=0;dropTarget=0;points=[[0,0.5],[1,0.5]];portConstraint=eastwest;top=0;left=0;right=0;bottom=1;" parent="117" vertex="1">
                    <mxGeometry y="30" width="230" height="30" as="geometry"/>
                </mxCell>
                <mxCell id="119" value="PK" style="shape=partialRectangle;connectable=0;fillColor=none;top=0;left=0;bottom=0;right=0;fontStyle=1;overflow=hidden;whiteSpace=wrap;html=1;" parent="118" vertex="1">
                    <mxGeometry width="30" height="30" as="geometry">
                        <mxRectangle width="30" height="30" as="alternateBounds"/>
                    </mxGeometry>
                </mxCell>
                <mxCell id="120" value="id" style="shape=partialRectangle;connectable=0;fillColor=none;top=0;left=0;bottom=0;right=0;align=left;spacingLeft=6;fontStyle=5;overflow=hidden;whiteSpace=wrap;html=1;" parent="118" vertex="1">
                    <mxGeometry x="30" width="200" height="30" as="geometry">
                        <mxRectangle width="200" height="30" as="alternateBounds"/>
                    </mxGeometry>
                </mxCell>
                <mxCell id="121" value="" style="shape=tableRow;horizontal=0;startSize=0;swimlaneHead=0;swimlaneBody=0;fillColor=none;collapsible=0;dropTarget=0;points=[[0,0.5],[1,0.5]];portConstraint=eastwest;top=0;left=0;right=0;bottom=0;" parent="117" vertex="1">
                    <mxGeometry y="60" width="230" height="30" as="geometry"/>
                </mxCell>
                <mxCell id="122" value="" style="shape=partialRectangle;connectable=0;fillColor=none;top=0;left=0;bottom=0;right=0;editable=1;overflow=hidden;whiteSpace=wrap;html=1;" parent="121" vertex="1">
                    <mxGeometry width="30" height="30" as="geometry">
                        <mxRectangle width="30" height="30" as="alternateBounds"/>
                    </mxGeometry>
                </mxCell>
                <mxCell id="123" value="attendance_request_id&amp;nbsp; &amp;nbsp; &amp;nbsp; &amp;nbsp;FK&amp;nbsp; &amp;nbsp;&amp;nbsp;" style="shape=partialRectangle;connectable=0;fillColor=none;top=0;left=0;bottom=0;right=0;align=left;spacingLeft=6;overflow=hidden;whiteSpace=wrap;html=1;" parent="121" vertex="1">
                    <mxGeometry x="30" width="200" height="30" as="geometry">
                        <mxRectangle width="200" height="30" as="alternateBounds"/>
                    </mxGeometry>
                </mxCell>
                <mxCell id="130" value="" style="shape=tableRow;horizontal=0;startSize=0;swimlaneHead=0;swimlaneBody=0;fillColor=none;collapsible=0;dropTarget=0;points=[[0,0.5],[1,0.5]];portConstraint=eastwest;top=0;left=0;right=0;bottom=0;" parent="117" vertex="1">
                    <mxGeometry y="90" width="230" height="30" as="geometry"/>
                </mxCell>
                <mxCell id="131" value="" style="shape=partialRectangle;connectable=0;fillColor=none;top=0;left=0;bottom=0;right=0;editable=1;overflow=hidden;whiteSpace=wrap;html=1;" parent="130" vertex="1">
                    <mxGeometry width="30" height="30" as="geometry">
                        <mxRectangle width="30" height="30" as="alternateBounds"/>
                    </mxGeometry>
                </mxCell>
                <mxCell id="132" value="requested_break_start" style="shape=partialRectangle;connectable=0;fillColor=none;top=0;left=0;bottom=0;right=0;align=left;spacingLeft=6;overflow=hidden;whiteSpace=wrap;html=1;" parent="130" vertex="1">
                    <mxGeometry x="30" width="200" height="30" as="geometry">
                        <mxRectangle width="200" height="30" as="alternateBounds"/>
                    </mxGeometry>
                </mxCell>
                <mxCell id="133" value="" style="shape=tableRow;horizontal=0;startSize=0;swimlaneHead=0;swimlaneBody=0;fillColor=none;collapsible=0;dropTarget=0;points=[[0,0.5],[1,0.5]];portConstraint=eastwest;top=0;left=0;right=0;bottom=0;" parent="117" vertex="1">
                    <mxGeometry y="120" width="230" height="30" as="geometry"/>
                </mxCell>
                <mxCell id="134" value="" style="shape=partialRectangle;connectable=0;fillColor=none;top=0;left=0;bottom=0;right=0;editable=1;overflow=hidden;whiteSpace=wrap;html=1;" parent="133" vertex="1">
                    <mxGeometry width="30" height="30" as="geometry">
                        <mxRectangle width="30" height="30" as="alternateBounds"/>
                    </mxGeometry>
                </mxCell>
                <mxCell id="135" value="requested_break_end" style="shape=partialRectangle;connectable=0;fillColor=none;top=0;left=0;bottom=0;right=0;align=left;spacingLeft=6;overflow=hidden;whiteSpace=wrap;html=1;" parent="133" vertex="1">
                    <mxGeometry x="30" width="200" height="30" as="geometry">
                        <mxRectangle width="200" height="30" as="alternateBounds"/>
                    </mxGeometry>
                </mxCell>
                <mxCell id="136" value="" style="shape=tableRow;horizontal=0;startSize=0;swimlaneHead=0;swimlaneBody=0;fillColor=none;collapsible=0;dropTarget=0;points=[[0,0.5],[1,0.5]];portConstraint=eastwest;top=0;left=0;right=0;bottom=0;" parent="117" vertex="1">
                    <mxGeometry y="150" width="230" height="30" as="geometry"/>
                </mxCell>
                <mxCell id="137" value="" style="shape=partialRectangle;connectable=0;fillColor=none;top=0;left=0;bottom=0;right=0;editable=1;overflow=hidden;whiteSpace=wrap;html=1;" parent="136" vertex="1">
                    <mxGeometry width="30" height="30" as="geometry">
                        <mxRectangle width="30" height="30" as="alternateBounds"/>
                    </mxGeometry>
                </mxCell>
                <mxCell id="138" value="created_at" style="shape=partialRectangle;connectable=0;fillColor=none;top=0;left=0;bottom=0;right=0;align=left;spacingLeft=6;overflow=hidden;whiteSpace=wrap;html=1;" parent="136" vertex="1">
                    <mxGeometry x="30" width="200" height="30" as="geometry">
                        <mxRectangle width="200" height="30" as="alternateBounds"/>
                    </mxGeometry>
                </mxCell>
                <mxCell id="139" value="" style="shape=tableRow;horizontal=0;startSize=0;swimlaneHead=0;swimlaneBody=0;fillColor=none;collapsible=0;dropTarget=0;points=[[0,0.5],[1,0.5]];portConstraint=eastwest;top=0;left=0;right=0;bottom=0;" parent="117" vertex="1">
                    <mxGeometry y="180" width="230" height="30" as="geometry"/>
                </mxCell>
                <mxCell id="140" value="" style="shape=partialRectangle;connectable=0;fillColor=none;top=0;left=0;bottom=0;right=0;editable=1;overflow=hidden;whiteSpace=wrap;html=1;" parent="139" vertex="1">
                    <mxGeometry width="30" height="30" as="geometry">
                        <mxRectangle width="30" height="30" as="alternateBounds"/>
                    </mxGeometry>
                </mxCell>
                <mxCell id="141" value="updated_at" style="shape=partialRectangle;connectable=0;fillColor=none;top=0;left=0;bottom=0;right=0;align=left;spacingLeft=6;overflow=hidden;whiteSpace=wrap;html=1;" parent="139" vertex="1">
                    <mxGeometry x="30" width="200" height="30" as="geometry">
                        <mxRectangle width="200" height="30" as="alternateBounds"/>
                    </mxGeometry>
                </mxCell>
                <mxCell id="145" value="" style="endArrow=ERzeroToMany;html=1;rounded=0;startArrow=ERmandOne;startFill=0;endFill=0;" parent="1" target="48" edge="1">
                    <mxGeometry relative="1" as="geometry">
                        <mxPoint x="400" y="281" as="sourcePoint"/>
                        <mxPoint x="510" y="290" as="targetPoint"/>
                    </mxGeometry>
                </mxCell>
                <mxCell id="146" value="" style="endArrow=ERzeroToMany;html=1;rounded=0;startArrow=ERzeroToOne;startFill=0;endFill=0;" parent="1" source="48" target="92" edge="1">
                    <mxGeometry relative="1" as="geometry">
                        <mxPoint x="500" y="440" as="sourcePoint"/>
                        <mxPoint x="640" y="430" as="targetPoint"/>
                    </mxGeometry>
                </mxCell>
                <mxCell id="147" value="" style="endArrow=ERmandOne;html=1;rounded=0;exitX=1;exitY=0.5;exitDx=0;exitDy=0;entryX=0;entryY=0.5;entryDx=0;entryDy=0;startArrow=ERzeroToMany;startFill=0;endFill=0;" parent="1" edge="1">
                    <mxGeometry relative="1" as="geometry">
                        <mxPoint x="220" y="494.5" as="sourcePoint"/>
                        <mxPoint x="310" y="494.5" as="targetPoint"/>
                    </mxGeometry>
                </mxCell>
                <mxCell id="148" value="" style="endArrow=ERzeroToMany;html=1;rounded=0;startArrow=ERmandOne;startFill=0;endFill=0;" parent="1" source="139" target="92" edge="1">
                    <mxGeometry relative="1" as="geometry">
                        <mxPoint x="669.5" y="280" as="sourcePoint"/>
                        <mxPoint x="669.5" y="359" as="targetPoint"/>
                    </mxGeometry>
                </mxCell>
            </root>
        </mxGraphModel>
    </diagram>
</mxfile>